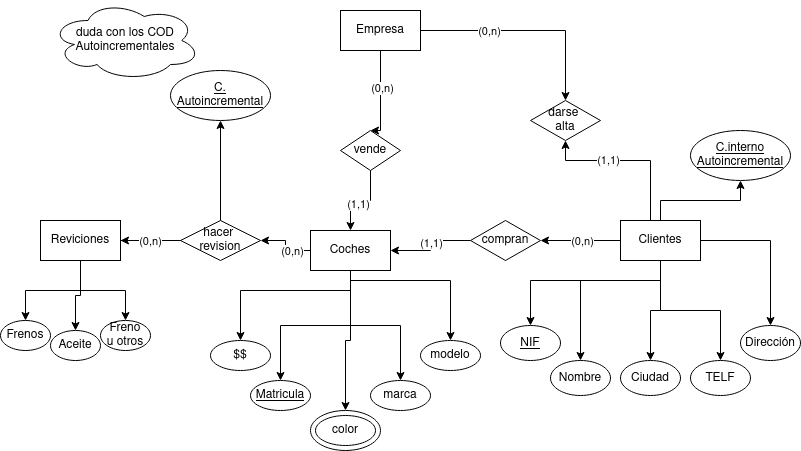
The draw.io diagram Ejercicios/images/Diagrama_BAE_E3.drawio.png in adogonz23/BAE, before a commit. Source tidied: cells renumbered, new cells last; positions are measured from the earlier drawing's top-left corner, leaving out a move shared by most shapes.
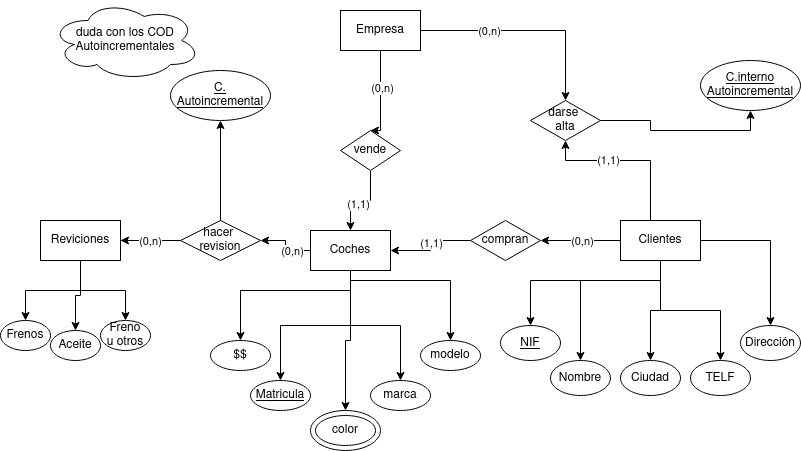
Above is the later version.

Change to the diagram source:
```diff
@@ -97,7 +97,7 @@
     <mxCell id="23" style="edgeStyle=orthogonalEdgeStyle;rounded=0;jettySize=auto;html=1;entryX=0.5;entryY=0;entryDx=0;entryDy=0;" parent="1" edge="1" source="25" target="55">
       <mxGeometry relative="1" as="geometry" />
     </mxCell>
-    <mxCell id="24" style="edgeStyle=orthogonalEdgeStyle;rounded=0;jettySize=auto;html=1;entryX=0.5;entryY=1;entryDx=0;entryDy=0;" parent="1" edge="1" source="25" target="56">
+    <mxCell id="24" style="edgeStyle=orthogonalEdgeStyle;rounded=0;jettySize=auto;html=1;entryX=0.5;entryY=1;entryDx=0;entryDy=0;exitX=1;exitY=0.5;exitDx=0;exitDy=0;" parent="1" edge="1" source="40" target="56">
       <mxGeometry relative="1" as="geometry" />
     </mxCell>
     <mxCell id="25" value="Clientes" style="rounded=0;whiteSpace=wrap;html=1;" parent="1" vertex="1">
@@ -194,7 +194,7 @@
       <mxGeometry x="740" y="325" width="60" height="35" as="geometry" />
     </mxCell>
     <mxCell id="56" value="&lt;u&gt;C.interno&lt;br&gt;Autoincremental&lt;/u&gt;" style="ellipse;whiteSpace=wrap;html=1;" parent="1" vertex="1">
-      <mxGeometry x="690" y="130" width="100" height="50" as="geometry" />
+      <mxGeometry x="700" y="60" width="100" height="50" as="geometry" />
     </mxCell>
     <mxCell id="57" value="duda con los COD&lt;br&gt;Autoincrementales" style="ellipse;shape=cloud;whiteSpace=wrap;html=1;" parent="1" vertex="1">
       <mxGeometry x="50" width="150" height="80" as="geometry" />
```
